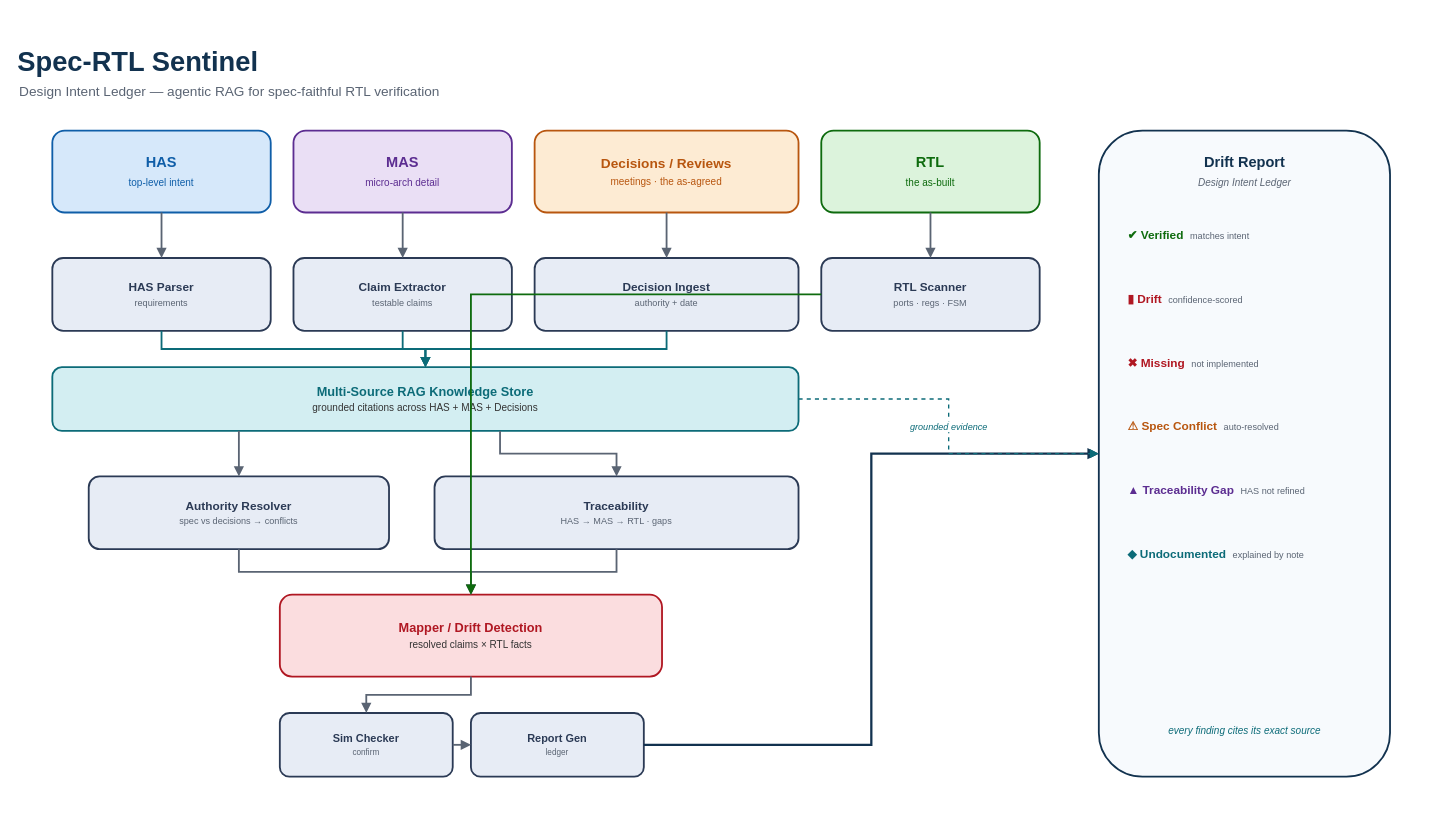
mayureshpiske19/spec-rtl-sentinel keeps this draw.io diagram as docs/architecture.drawio. Above is the earlier version. Source tidied: cells renumbered, new cells numbered last; positions are measured from the earlier drawing's top-left corner, leaving out a move shared by most shapes. Both pictures are drawn from the tidied source at 91%, with x=0, y=0 at pixel (15, 43).
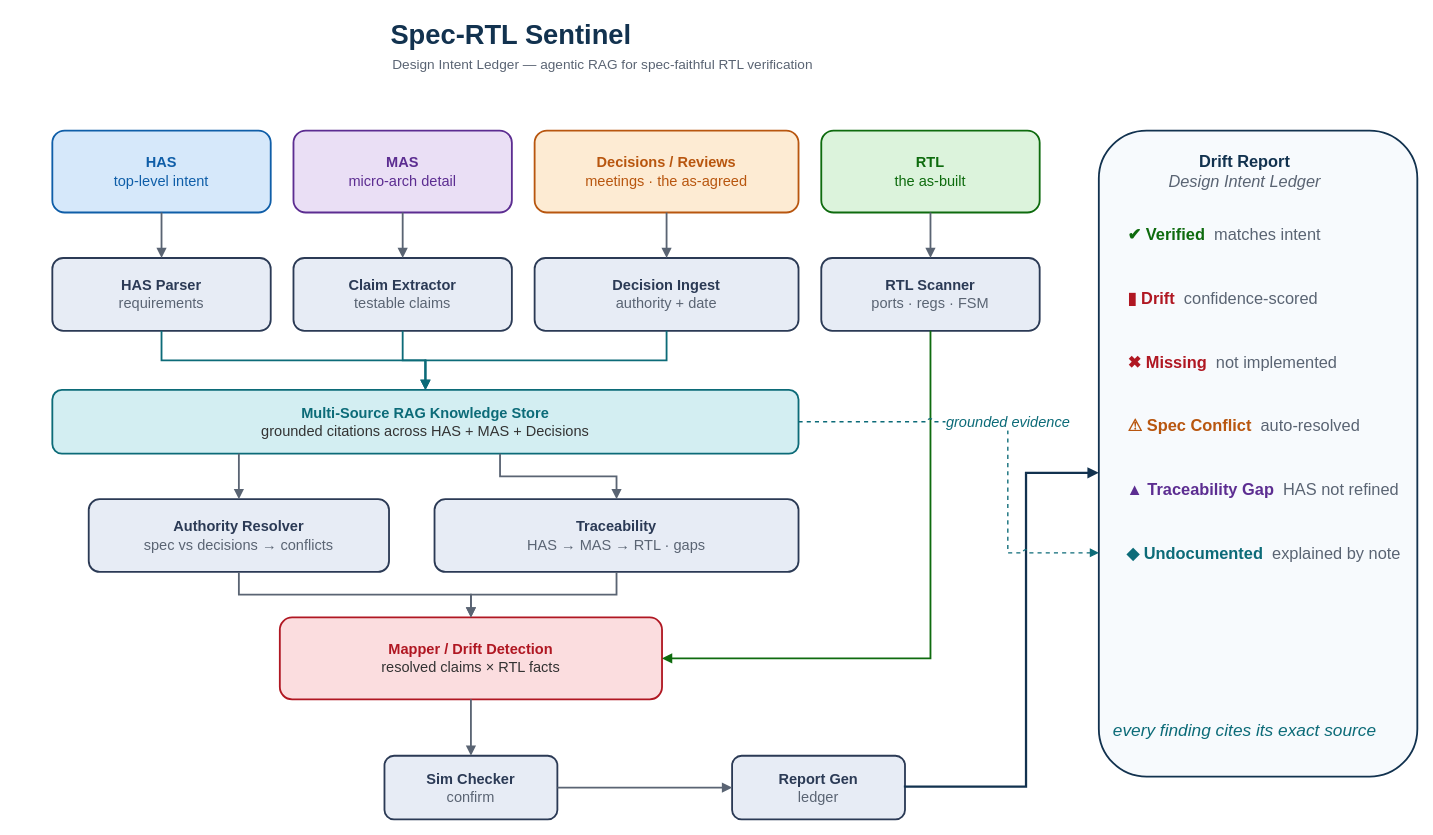
The same page after the edit.

Commit message (it also covers changes not shown here):
Update architecture diagram from draw.io; add reproducible renderer

The edit, as a diff of the source:
```diff
@@
     <mxCell id="2" value="Spec-RTL Sentinel" style="text;html=1;fontSize=30;fontStyle=1;fontColor=#12324F;align=left;verticalAlign=middle;" parent="1" vertex="1">
-      <mxGeometry width="600" height="40" as="geometry" />
+      <mxGeometry x="410" y="-30" width="600" height="40" as="geometry" />
     </mxCell>
     <mxCell id="3" value="Design Intent Ledger — agentic RAG for spec-faithful RTL verification" style="text;html=1;fontSize=15;fontColor=#5A6473;align=left;verticalAlign=middle;" parent="1" vertex="1">
-      <mxGeometry x="2" y="40" width="760" height="26" as="geometry" />
+      <mxGeometry x="412" y="10" width="760" height="26" as="geometry" />
     </mxCell>
-    <mxCell id="4" value="&lt;b&gt;HAS&lt;/b&gt;&lt;br&gt;&lt;font style=&quot;font-size:11px&quot;&gt;top-level intent&lt;/font&gt;" style="rounded=1;whiteSpace=wrap;html=1;fillColor=#D6E8FA;strokeColor=#0F5EA8;strokeWidth=2;fontColor=#0F5EA8;fontSize=16;verticalAlign=middle;" parent="1" vertex="1">
+    <mxCell id="4" value="&lt;b&gt;HAS&lt;/b&gt;&lt;br&gt;&lt;font&gt;top-level intent&lt;/font&gt;" style="rounded=1;whiteSpace=wrap;html=1;fillColor=#D6E8FA;strokeColor=#0F5EA8;strokeWidth=2;fontColor=#0F5EA8;fontSize=16;verticalAlign=middle;" parent="1" vertex="1">
       <mxGeometry x="40" y="96" width="240" height="90" as="geometry" />
     </mxCell>
-    <mxCell id="5" value="&lt;b&gt;MAS&lt;/b&gt;&lt;br&gt;&lt;font style=&quot;font-size:11px&quot;&gt;micro-arch detail&lt;/font&gt;" style="rounded=1;whiteSpace=wrap;html=1;fillColor=#EADFF5;strokeColor=#5C2D91;strokeWidth=2;fontColor=#5C2D91;fontSize=16;verticalAlign=middle;" parent="1" vertex="1">
+    <mxCell id="5" value="&lt;b&gt;MAS&lt;/b&gt;&lt;br&gt;&lt;font&gt;micro-arch detail&lt;/font&gt;" style="rounded=1;whiteSpace=wrap;html=1;fillColor=#EADFF5;strokeColor=#5C2D91;strokeWidth=2;fontColor=#5C2D91;fontSize=16;verticalAlign=middle;" parent="1" vertex="1">
       <mxGeometry x="305" y="96" width="240" height="90" as="geometry" />
     </mxCell>
-    <mxCell id="6" value="&lt;b&gt;Decisions / Reviews&lt;/b&gt;&lt;br&gt;&lt;font style=&quot;font-size:11px&quot;&gt;meetings · the as-agreed&lt;/font&gt;" style="rounded=1;whiteSpace=wrap;html=1;fillColor=#FDEBD3;strokeColor=#B8560F;strokeWidth=2;fontColor=#B8560F;fontSize=15;verticalAlign=middle;" parent="1" vertex="1">
+    <mxCell id="6" value="&lt;b&gt;Decisions / Reviews&lt;/b&gt;&lt;br&gt;&lt;font&gt;meetings · the as-agreed&lt;/font&gt;" style="rounded=1;whiteSpace=wrap;html=1;fillColor=#FDEBD3;strokeColor=#B8560F;strokeWidth=2;fontColor=#B8560F;fontSize=16;verticalAlign=middle;" parent="1" vertex="1">
       <mxGeometry x="570" y="96" width="290" height="90" as="geometry" />
     </mxCell>
-    <mxCell id="7" value="&lt;b&gt;RTL&lt;/b&gt;&lt;br&gt;&lt;font style=&quot;font-size:11px&quot;&gt;the as-built&lt;/font&gt;" style="rounded=1;whiteSpace=wrap;html=1;fillColor=#DCF3DC;strokeColor=#0E6B0E;strokeWidth=2;fontColor=#0E6B0E;fontSize=16;verticalAlign=middle;" parent="1" vertex="1">
+    <mxCell id="7" value="&lt;b&gt;RTL&lt;/b&gt;&lt;br&gt;&lt;font&gt;the as-built&lt;/font&gt;" style="rounded=1;whiteSpace=wrap;html=1;fillColor=#DCF3DC;strokeColor=#0E6B0E;strokeWidth=2;fontColor=#0E6B0E;fontSize=16;verticalAlign=middle;" parent="1" vertex="1">
       <mxGeometry x="885" y="96" width="240" height="90" as="geometry" />
     </mxCell>
-    <mxCell id="8" value="&lt;b&gt;HAS Parser&lt;/b&gt;&lt;br&gt;&lt;font style=&quot;font-size:10px;color:#5A6473&quot;&gt;requirements&lt;/font&gt;" style="rounded=1;whiteSpace=wrap;html=1;fillColor=#E7ECF5;strokeColor=#2B3A55;strokeWidth=2;fontColor=#2B3A55;fontSize=13;verticalAlign=middle;" parent="1" vertex="1">
+    <mxCell id="8" value="&lt;b&gt;HAS Parser&lt;/b&gt;&lt;br&gt;&lt;font style=&quot;color: rgb(90, 100, 115);&quot;&gt;requirements&lt;/font&gt;" style="rounded=1;whiteSpace=wrap;html=1;fillColor=#E7ECF5;strokeColor=#2B3A55;strokeWidth=2;fontColor=#2B3A55;fontSize=16;verticalAlign=middle;" parent="1" vertex="1">
       <mxGeometry x="40" y="236" width="240" height="80" as="geometry" />
     </mxCell>
-    <mxCell id="9" value="&lt;b&gt;Claim Extractor&lt;/b&gt;&lt;br&gt;&lt;font style=&quot;font-size:10px;color:#5A6473&quot;&gt;testable claims&lt;/font&gt;" style="rounded=1;whiteSpace=wrap;html=1;fillColor=#E7ECF5;strokeColor=#2B3A55;strokeWidth=2;fontColor=#2B3A55;fontSize=13;verticalAlign=middle;" parent="1" vertex="1">
+    <mxCell id="9" value="&lt;b&gt;Claim Extractor&lt;/b&gt;&lt;br&gt;&lt;font style=&quot;color: rgb(90, 100, 115);&quot;&gt;testable claims&lt;/font&gt;" style="rounded=1;whiteSpace=wrap;html=1;fillColor=#E7ECF5;strokeColor=#2B3A55;strokeWidth=2;fontColor=#2B3A55;fontSize=16;verticalAlign=middle;" parent="1" vertex="1">
       <mxGeometry x="305" y="236" width="240" height="80" as="geometry" />
     </mxCell>
-    <mxCell id="10" value="&lt;b&gt;Decision Ingest&lt;/b&gt;&lt;br&gt;&lt;font style=&quot;font-size:10px;color:#5A6473&quot;&gt;authority + date&lt;/font&gt;" style="rounded=1;whiteSpace=wrap;html=1;fillColor=#E7ECF5;strokeColor=#2B3A55;strokeWidth=2;fontColor=#2B3A55;fontSize=13;verticalAlign=middle;" parent="1" vertex="1">
+    <mxCell id="10" value="&lt;b&gt;Decision Ingest&lt;/b&gt;&lt;br&gt;&lt;font style=&quot;color: rgb(90, 100, 115);&quot;&gt;authority + date&lt;/font&gt;" style="rounded=1;whiteSpace=wrap;html=1;fillColor=#E7ECF5;strokeColor=#2B3A55;strokeWidth=2;fontColor=#2B3A55;fontSize=16;verticalAlign=middle;" parent="1" vertex="1">
       <mxGeometry x="570" y="236" width="290" height="80" as="geometry" />
     </mxCell>
-    <mxCell id="11" value="&lt;b&gt;RTL Scanner&lt;/b&gt;&lt;br&gt;&lt;font style=&quot;font-size:10px;color:#5A6473&quot;&gt;ports · regs · FSM&lt;/font&gt;" style="rounded=1;whiteSpace=wrap;html=1;fillColor=#E7ECF5;strokeColor=#2B3A55;strokeWidth=2;fontColor=#2B3A55;fontSize=13;verticalAlign=middle;" parent="1" vertex="1">
+    <mxCell id="11" value="&lt;b&gt;RTL Scanner&lt;/b&gt;&lt;br&gt;&lt;font style=&quot;color: rgb(90, 100, 115);&quot;&gt;ports · regs · FSM&lt;/font&gt;" style="rounded=1;whiteSpace=wrap;html=1;fillColor=#E7ECF5;strokeColor=#2B3A55;strokeWidth=2;fontColor=#2B3A55;fontSize=16;verticalAlign=middle;" parent="1" vertex="1">
       <mxGeometry x="885" y="236" width="240" height="80" as="geometry" />
     </mxCell>
-    <mxCell id="12" value="&lt;b&gt;Multi-Source RAG Knowledge Store&lt;/b&gt;&lt;br&gt;&lt;font style=&quot;font-size:11px;color:#333&quot;&gt;grounded citations across HAS + MAS + Decisions&lt;/font&gt;" style="rounded=1;whiteSpace=wrap;html=1;fillColor=#D3EEF2;strokeColor=#0C6B78;strokeWidth=2;fontColor=#0C6B78;fontSize=14;verticalAlign=middle;" parent="1" vertex="1">
-      <mxGeometry x="40" y="356" width="820" height="70" as="geometry" />
+    <mxCell id="12" value="&lt;b&gt;Multi-Source RAG Knowledge Store&lt;/b&gt;&lt;br&gt;&lt;font style=&quot;color: rgb(51, 51, 51);&quot;&gt;grounded citations across HAS + MAS + Decisions&lt;/font&gt;" style="rounded=1;whiteSpace=wrap;html=1;fillColor=#D3EEF2;strokeColor=#0C6B78;strokeWidth=2;fontColor=#0C6B78;fontSize=16;verticalAlign=middle;" parent="1" vertex="1">
+      <mxGeometry x="40" y="381" width="820" height="70" as="geometry" />
     </mxCell>
-    <mxCell id="13" value="&lt;b&gt;Authority Resolver&lt;/b&gt;&lt;br&gt;&lt;font style=&quot;font-size:10px;color:#5A6473&quot;&gt;spec vs decisions → conflicts&lt;/font&gt;" style="rounded=1;whiteSpace=wrap;html=1;fillColor=#E7ECF5;strokeColor=#2B3A55;strokeWidth=2;fontColor=#2B3A55;fontSize=13;verticalAlign=middle;" parent="1" vertex="1">
-      <mxGeometry x="80" y="476" width="330" height="80" as="geometry" />
+    <mxCell id="13" value="&lt;b&gt;Authority Resolver&lt;/b&gt;&lt;br&gt;&lt;font style=&quot;color: rgb(90, 100, 115);&quot;&gt;spec vs decisions → conflicts&lt;/font&gt;" style="rounded=1;whiteSpace=wrap;html=1;fillColor=#E7ECF5;strokeColor=#2B3A55;strokeWidth=2;fontColor=#2B3A55;fontSize=16;verticalAlign=middle;" parent="1" vertex="1">
+      <mxGeometry x="80" y="501" width="330" height="80" as="geometry" />
     </mxCell>
-    <mxCell id="14" value="&lt;b&gt;Traceability&lt;/b&gt;&lt;br&gt;&lt;font style=&quot;font-size:10px;color:#5A6473&quot;&gt;HAS → MAS → RTL · gaps&lt;/font&gt;" style="rounded=1;whiteSpace=wrap;html=1;fillColor=#E7ECF5;strokeColor=#2B3A55;strokeWidth=2;fontColor=#2B3A55;fontSize=13;verticalAlign=middle;" parent="1" vertex="1">
-      <mxGeometry x="460" y="476" width="400" height="80" as="geometry" />
+    <mxCell id="14" value="&lt;b&gt;Traceability&lt;/b&gt;&lt;br&gt;&lt;font style=&quot;color: rgb(90, 100, 115);&quot;&gt;HAS → MAS → RTL · gaps&lt;/font&gt;" style="rounded=1;whiteSpace=wrap;html=1;fillColor=#E7ECF5;strokeColor=#2B3A55;strokeWidth=2;fontColor=#2B3A55;fontSize=16;verticalAlign=middle;" parent="1" vertex="1">
+      <mxGeometry x="460" y="501" width="400" height="80" as="geometry" />
     </mxCell>
-    <mxCell id="15" value="&lt;b&gt;Mapper / Drift Detection&lt;/b&gt;&lt;br&gt;&lt;font style=&quot;font-size:11px;color:#333&quot;&gt;resolved claims  ×  RTL facts&lt;/font&gt;" style="rounded=1;whiteSpace=wrap;html=1;fillColor=#FBDDDF;strokeColor=#B01722;strokeWidth=2;fontColor=#B01722;fontSize=14;verticalAlign=middle;" parent="1" vertex="1">
-      <mxGeometry x="290" y="606" width="420" height="90" as="geometry" />
+    <mxCell id="15" value="&lt;b&gt;Mapper / Drift Detection&lt;/b&gt;&lt;br&gt;&lt;font style=&quot;color: rgb(51, 51, 51);&quot;&gt;resolved claims  ×  RTL facts&lt;/font&gt;" style="rounded=1;whiteSpace=wrap;html=1;fillColor=#FBDDDF;strokeColor=#B01722;strokeWidth=2;fontColor=#B01722;fontSize=16;verticalAlign=middle;" parent="1" vertex="1">
+      <mxGeometry x="290" y="631" width="420" height="90" as="geometry" />
     </mxCell>
-    <mxCell id="16" value="&lt;b&gt;Sim Checker&lt;/b&gt;&lt;br&gt;&lt;font style=&quot;font-size:9px;color:#5A6473&quot;&gt;confirm&lt;/font&gt;" style="rounded=1;whiteSpace=wrap;html=1;fillColor=#E7ECF5;strokeColor=#2B3A55;strokeWidth=2;fontColor=#2B3A55;fontSize=12;verticalAlign=middle;" parent="1" vertex="1">
-      <mxGeometry x="290" y="736" width="190" height="70" as="geometry" />
+    <mxCell id="16" value="&lt;b&gt;Sim Checker&lt;/b&gt;&lt;br&gt;&lt;font style=&quot;color: rgb(90, 100, 115);&quot;&gt;confirm&lt;/font&gt;" style="rounded=1;whiteSpace=wrap;html=1;fillColor=#E7ECF5;strokeColor=#2B3A55;strokeWidth=2;fontColor=#2B3A55;fontSize=16;verticalAlign=middle;" parent="1" vertex="1">
+      <mxGeometry x="405" y="783" width="190" height="70" as="geometry" />
     </mxCell>
-    <mxCell id="17" value="&lt;b&gt;Report Gen&lt;/b&gt;&lt;br&gt;&lt;font style=&quot;font-size:9px;color:#5A6473&quot;&gt;ledger&lt;/font&gt;" style="rounded=1;whiteSpace=wrap;html=1;fillColor=#E7ECF5;strokeColor=#2B3A55;strokeWidth=2;fontColor=#2B3A55;fontSize=12;verticalAlign=middle;" parent="1" vertex="1">
-      <mxGeometry x="500" y="736" width="190" height="70" as="geometry" />
+    <mxCell id="17" value="&lt;b&gt;Report Gen&lt;/b&gt;&lt;br&gt;&lt;font style=&quot;color: rgb(90, 100, 115);&quot;&gt;ledger&lt;/font&gt;" style="rounded=1;whiteSpace=wrap;html=1;fillColor=#E7ECF5;strokeColor=#2B3A55;strokeWidth=2;fontColor=#2B3A55;fontSize=16;verticalAlign=middle;" parent="1" vertex="1">
+      <mxGeometry x="787" y="783" width="190" height="70" as="geometry" />
     </mxCell>
-    <mxCell id="18" style="rounded=1;whiteSpace=wrap;html=1;fillColor=#F7FAFD;strokeColor=#12324F;strokeWidth=2;verticalAlign=top;" parent="1" vertex="1">
-      <mxGeometry x="1190" y="96" width="320" height="710" as="geometry" />
-    </mxCell>
+    <mxCell id="43" style="rounded=1;whiteSpace=wrap;html=1;fillColor=#F7FAFD;strokeColor=#12324F;strokeWidth=2;verticalAlign=top;fontSize=18;" parent="1" vertex="1">
+      <mxGeometry x="1190" y="96" width="350" height="710" as="geometry" />
+    </mxCell>
-    <mxCell id="19" value="&lt;b&gt;Drift Report&lt;/b&gt;&lt;br&gt;&lt;i style=&quot;font-size:11px;color:#5A6473&quot;&gt;Design Intent Ledger&lt;/i&gt;" style="text;html=1;fontSize=16;fontColor=#12324F;align=center;verticalAlign=middle;" parent="1" vertex="1">
+    <mxCell id="19" value="&lt;b&gt;Drift Report&lt;/b&gt;&lt;br&gt;&lt;i style=&quot;color: rgb(90, 100, 115);&quot;&gt;Design Intent Ledger&lt;/i&gt;" style="text;html=1;fontSize=18;fontColor=#12324F;align=center;verticalAlign=middle;" parent="1" vertex="1">
       <mxGeometry x="1190" y="116" width="320" height="50" as="geometry" />
     </mxCell>
-    <mxCell id="20" value="&lt;b&gt;✔ Verified&lt;/b&gt;&amp;nbsp;&amp;nbsp;&lt;font style=&quot;color:#5A6473;font-size:10px&quot;&gt;matches intent&lt;/font&gt;" style="text;html=1;fontSize=13;fontColor=#0E6B0E;align=left;verticalAlign=middle;" parent="1" vertex="1">
+    <mxCell id="20" value="&lt;b&gt;✔ Verified&lt;/b&gt;&amp;nbsp;&amp;nbsp;&lt;font style=&quot;color: rgb(90, 100, 115);&quot;&gt;matches intent&lt;/font&gt;" style="text;html=1;fontSize=18;fontColor=#0E6B0E;align=left;verticalAlign=middle;" parent="1" vertex="1">
       <mxGeometry x="1220" y="196" width="270" height="30" as="geometry" />
     </mxCell>
-    <mxCell id="21" value="&lt;b&gt;▮ Drift&lt;/b&gt;&amp;nbsp;&amp;nbsp;&lt;font style=&quot;color:#5A6473;font-size:10px&quot;&gt;confidence-scored&lt;/font&gt;" style="text;html=1;fontSize=13;fontColor=#B01722;align=left;verticalAlign=middle;" parent="1" vertex="1">
+    <mxCell id="21" value="&lt;b&gt;▮ Drift&lt;/b&gt;&amp;nbsp;&amp;nbsp;&lt;font style=&quot;color: rgb(90, 100, 115);&quot;&gt;confidence-scored&lt;/font&gt;" style="text;html=1;fontSize=18;fontColor=#B01722;align=left;verticalAlign=middle;" parent="1" vertex="1">
       <mxGeometry x="1220" y="266" width="270" height="30" as="geometry" />
     </mxCell>
-    <mxCell id="22" value="&lt;b&gt;✖ Missing&lt;/b&gt;&amp;nbsp;&amp;nbsp;&lt;font style=&quot;color:#5A6473;font-size:10px&quot;&gt;not implemented&lt;/font&gt;" style="text;html=1;fontSize=13;fontColor=#B01722;align=left;verticalAlign=middle;" parent="1" vertex="1">
+    <mxCell id="22" value="&lt;b&gt;✖ Missing&lt;/b&gt;&amp;nbsp;&amp;nbsp;&lt;font style=&quot;color: rgb(90, 100, 115);&quot;&gt;not implemented&lt;/font&gt;" style="text;html=1;fontSize=18;fontColor=#B01722;align=left;verticalAlign=middle;" parent="1" vertex="1">
       <mxGeometry x="1220" y="336" width="270" height="30" as="geometry" />
     </mxCell>
-    <mxCell id="23" value="&lt;b&gt;⚠ Spec Conflict&lt;/b&gt;&amp;nbsp;&amp;nbsp;&lt;font style=&quot;color:#5A6473;font-size:10px&quot;&gt;auto-resolved&lt;/font&gt;" style="text;html=1;fontSize=13;fontColor=#B8560F;align=left;verticalAlign=middle;" parent="1" vertex="1">
+    <mxCell id="23" value="&lt;b&gt;⚠ Spec Conflict&lt;/b&gt;&amp;nbsp;&amp;nbsp;&lt;font style=&quot;color: rgb(90, 100, 115);&quot;&gt;auto-resolved&lt;/font&gt;" style="text;html=1;fontSize=18;fontColor=#B8560F;align=left;verticalAlign=middle;" parent="1" vertex="1">
       <mxGeometry x="1220" y="406" width="270" height="30" as="geometry" />
     </mxCell>
-    <mxCell id="24" value="&lt;b&gt;▲ Traceability Gap&lt;/b&gt;&amp;nbsp;&amp;nbsp;&lt;font style=&quot;color:#5A6473;font-size:10px&quot;&gt;HAS not refined&lt;/font&gt;" style="text;html=1;fontSize=13;fontColor=#5C2D91;align=left;verticalAlign=middle;" parent="1" vertex="1">
-      <mxGeometry x="1220" y="476" width="270" height="30" as="geometry" />
+    <mxCell id="24" value="&lt;b&gt;▲ Traceability Gap&lt;/b&gt;&amp;nbsp;&amp;nbsp;&lt;font style=&quot;color: rgb(90, 100, 115);&quot;&gt;HAS not refined&lt;/font&gt;" style="text;html=1;fontSize=18;fontColor=#5C2D91;align=left;verticalAlign=middle;" parent="1" vertex="1">
+      <mxGeometry x="1219" y="476" width="270" height="30" as="geometry" />
     </mxCell>
-    <mxCell id="25" value="&lt;b&gt;◆ Undocumented&lt;/b&gt;&amp;nbsp;&amp;nbsp;&lt;font style=&quot;color:#5A6473;font-size:10px&quot;&gt;explained by note&lt;/font&gt;" style="text;html=1;fontSize=13;fontColor=#0C6B78;align=left;verticalAlign=middle;" parent="1" vertex="1">
-      <mxGeometry x="1220" y="546" width="270" height="30" as="geometry" />
+    <mxCell id="25" value="&lt;b&gt;◆ Undocumented&lt;/b&gt;&amp;nbsp;&amp;nbsp;&lt;font style=&quot;color: rgb(90, 100, 115);&quot;&gt;explained by note&lt;/font&gt;" style="text;html=1;fontSize=18;fontColor=#0C6B78;align=left;verticalAlign=middle;" parent="1" vertex="1">
+      <mxGeometry x="1219" y="546" width="270" height="30" as="geometry" />
     </mxCell>
-    <mxCell id="26" value="&lt;i&gt;every finding cites its exact source&lt;/i&gt;" style="text;html=1;fontSize=11;fontColor=#0C6B78;align=center;verticalAlign=middle;" parent="1" vertex="1">
+    <mxCell id="26" value="&lt;i&gt;&lt;font style=&quot;font-size: 19px;&quot;&gt;every finding cites its exact source&lt;/font&gt;&lt;/i&gt;" style="text;html=1;fontSize=18;fontColor=#0C6B78;align=center;verticalAlign=middle;" parent="1" vertex="1">
       <mxGeometry x="1210" y="736" width="280" height="40" as="geometry" />
     </mxCell>
@@
-    <mxCell id="38" style="edgeStyle=orthogonalEdgeStyle;rounded=0;html=1;endArrow=block;strokeColor=#0E6B0E;strokeWidth=2;" parent="1" edge="1" source="11" target="15">
-      <mxGeometry relative="1" as="geometry" />
-    </mxCell>
+    <mxCell id="44" style="edgeStyle=orthogonalEdgeStyle;rounded=0;html=1;endArrow=block;strokeColor=#0E6B0E;strokeWidth=2;exitX=0.5;exitY=1;exitDx=0;exitDy=0;" parent="1" edge="1" source="11">
+      <mxGeometry relative="1" as="geometry">
+        <mxPoint x="710" y="676" as="targetPoint" />
+        <Array as="points">
+          <mxPoint x="1005" y="676" />
+        </Array>
+      </mxGeometry>
+    </mxCell>
@@
-    <mxCell id="40" style="edgeStyle=orthogonalEdgeStyle;rounded=0;html=1;endArrow=block;strokeColor=#5A6473;strokeWidth=2;" parent="1" edge="1" source="16" target="17">
+    <mxCell id="40" style="edgeStyle=orthogonalEdgeStyle;rounded=0;html=1;endArrow=block;strokeColor=#5A6473;strokeWidth=2;entryX=0;entryY=0.5;entryDx=0;entryDy=0;" parent="1" edge="1" source="16" target="17">
       <mxGeometry relative="1" as="geometry" />
     </mxCell>
-    <mxCell id="41" style="edgeStyle=orthogonalEdgeStyle;rounded=0;html=1;endArrow=block;strokeColor=#12324F;strokeWidth=2.5;" parent="1" edge="1" source="17" target="18">
-      <mxGeometry relative="1" as="geometry" />
-    </mxCell>
+    <mxCell id="45" style="edgeStyle=orthogonalEdgeStyle;rounded=0;html=1;endArrow=block;strokeColor=#12324F;strokeWidth=2.5;fontSize=16;exitX=1;exitY=0.5;exitDx=0;exitDy=0;" parent="1" edge="1" source="17">
+      <mxGeometry relative="1" as="geometry">
+        <mxPoint x="1190" y="472.1" as="targetPoint" />
+        <Array as="points">
+          <mxPoint x="977" y="817" />
+          <mxPoint x="1110" y="817" />
+          <mxPoint x="1110" y="472.1" />
+        </Array>
+      </mxGeometry>
+    </mxCell>
-    <mxCell id="42" value="grounded evidence" style="edgeStyle=orthogonalEdgeStyle;rounded=0;html=1;endArrow=block;strokeColor=#0C6B78;strokeWidth=1.5;dashed=1;fontColor=#0C6B78;fontSize=10;fontStyle=2;" parent="1" edge="1" source="12" target="18">
-      <mxGeometry relative="1" as="geometry" />
+    <mxCell id="42" value="grounded evidence" style="edgeStyle=orthogonalEdgeStyle;rounded=0;html=1;endArrow=block;strokeColor=#0C6B78;strokeWidth=1.5;dashed=1;fontColor=#0C6B78;fontSize=16;fontStyle=2;jumpStyle=arc;" parent="1" edge="1" source="12" target="43">
+      <mxGeometry x="-0.03" relative="1" as="geometry">
+        <Array as="points">
+          <mxPoint x="1090" y="416" />
+          <mxPoint x="1090" y="560" />
+        </Array>
+      </mxGeometry>
     </mxCell>
```
